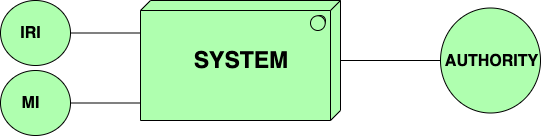
Megapiro/SafeStreets-IngSw2Project keeps this draw.io diagram as rasd/img/externalInterfaces.png. Above is the earlier version. Source tidied: cells renumbered, new cells last; positions are measured from the earlier drawing's top-left corner, leaving out a move shared by most shapes. Source of this version:
```xml
<mxGraphModel>
  <root>
    <mxCell id="0" />
    <mxCell id="1" parent="0" />
    <mxCell id="2" value="&lt;b&gt;&lt;font style=&quot;font-size: 23px&quot;&gt;SYSTEM&lt;/font&gt;&lt;/b&gt;" style="html=1;whiteSpace=wrap;fillColor=#AFFFAF;strokeColor=#000000;shape=mxgraph.archimate3.tech;techType=sysSw;" parent="1" vertex="1">
      <mxGeometry x="140" width="200" height="120" as="geometry" />
    </mxCell>
    <mxCell id="3" style="html=1;whiteSpace=wrap;fillColor=#AFFFAF;strokeColor=#000000;shape=mxgraph.archimate3.interface;labelPosition=right;verticalLabelPosition=middle;align=left;verticalAlign=middle;" parent="1" vertex="1">
      <mxGeometry x="340" y="7.5" width="200" height="105" as="geometry" />
    </mxCell>
    <mxCell id="4" style="html=1;whiteSpace=wrap;fillColor=#AFFFAF;strokeColor=#000000;shape=mxgraph.archimate3.interface;flipH=1;" parent="1" vertex="1">
      <mxGeometry width="140" height="65" as="geometry" />
    </mxCell>
    <mxCell id="5" style="html=1;whiteSpace=wrap;fillColor=#AFFFAF;strokeColor=#000000;shape=mxgraph.archimate3.interface;flipH=1;" parent="1" vertex="1">
      <mxGeometry y="70" width="140" height="65" as="geometry" />
    </mxCell>
    <mxCell id="6" value="&lt;span style=&quot;font-size: 16px&quot;&gt;&lt;b&gt;MI&lt;/b&gt;&lt;/span&gt;" style="text;html=1;strokeColor=none;fillColor=none;align=center;verticalAlign=middle;whiteSpace=wrap;rounded=0;" parent="1" vertex="1">
      <mxGeometry x="10" y="92.5" width="40" height="20" as="geometry" />
    </mxCell>
    <mxCell id="7" value="AUTHORITY" style="text;html=1;strokeColor=none;fillColor=none;align=center;verticalAlign=middle;whiteSpace=wrap;rounded=0;fontSize=16;fontStyle=1;" parent="1" vertex="1">
      <mxGeometry x="470" y="20" width="40" height="80" as="geometry" />
    </mxCell>
    <mxCell id="8" value="IRI" style="text;html=1;strokeColor=none;fillColor=none;align=center;verticalAlign=middle;whiteSpace=wrap;rounded=0;fontSize=16;fontStyle=1;" parent="1" vertex="1">
      <mxGeometry x="10" y="22.5" width="40" height="20" as="geometry" />
    </mxCell>
  </root>
</mxGraphModel>
```
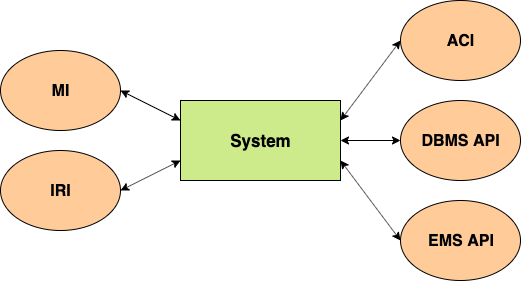
After the commit.

Diff of the diagram source:
```diff
@@ -2,26 +2,40 @@
   <root>
     <mxCell id="0" />
     <mxCell id="1" parent="0" />
-    <mxCell id="2" value="&lt;b&gt;&lt;font style=&quot;font-size: 23px&quot;&gt;SYSTEM&lt;/font&gt;&lt;/b&gt;" style="html=1;whiteSpace=wrap;fillColor=#AFFFAF;strokeColor=#000000;shape=mxgraph.archimate3.tech;techType=sysSw;" parent="1" vertex="1">
-      <mxGeometry x="140" width="200" height="120" as="geometry" />
-    </mxCell>
-    <mxCell id="3" style="html=1;whiteSpace=wrap;fillColor=#AFFFAF;strokeColor=#000000;shape=mxgraph.archimate3.interface;labelPosition=right;verticalLabelPosition=middle;align=left;verticalAlign=middle;" parent="1" vertex="1">
-      <mxGeometry x="340" y="7.5" width="200" height="105" as="geometry" />
-    </mxCell>
-    <mxCell id="4" style="html=1;whiteSpace=wrap;fillColor=#AFFFAF;strokeColor=#000000;shape=mxgraph.archimate3.interface;flipH=1;" parent="1" vertex="1">
-      <mxGeometry width="140" height="65" as="geometry" />
-    </mxCell>
-    <mxCell id="5" style="html=1;whiteSpace=wrap;fillColor=#AFFFAF;strokeColor=#000000;shape=mxgraph.archimate3.interface;flipH=1;" parent="1" vertex="1">
-      <mxGeometry y="70" width="140" height="65" as="geometry" />
-    </mxCell>
+    <mxCell id="9" value="&lt;b&gt;&lt;font style=&quot;font-size: 17px&quot;&gt;System&lt;/font&gt;&lt;/b&gt;" style="rounded=0;whiteSpace=wrap;html=1;fillColor=#CDEB8B;" parent="1" vertex="1">
+      <mxGeometry x="210" width="160" height="80" as="geometry" />
+    </mxCell>
-    <mxCell id="6" value="&lt;span style=&quot;font-size: 16px&quot;&gt;&lt;b&gt;MI&lt;/b&gt;&lt;/span&gt;" style="text;html=1;strokeColor=none;fillColor=none;align=center;verticalAlign=middle;whiteSpace=wrap;rounded=0;" parent="1" vertex="1">
-      <mxGeometry x="10" y="92.5" width="40" height="20" as="geometry" />
+    <mxCell id="6" value="&lt;b&gt;&lt;font style=&quot;font-size: 16px&quot;&gt;MI&lt;/font&gt;&lt;/b&gt;" style="ellipse;whiteSpace=wrap;html=1;fillColor=#FFCC99;" parent="1" vertex="1">
+      <mxGeometry x="30" y="-50" width="120" height="80" as="geometry" />
     </mxCell>
-    <mxCell id="7" value="AUTHORITY" style="text;html=1;strokeColor=none;fillColor=none;align=center;verticalAlign=middle;whiteSpace=wrap;rounded=0;fontSize=16;fontStyle=1;" parent="1" vertex="1">
-      <mxGeometry x="470" y="20" width="40" height="80" as="geometry" />
-    </mxCell>
-    <mxCell id="8" value="IRI" style="text;html=1;strokeColor=none;fillColor=none;align=center;verticalAlign=middle;whiteSpace=wrap;rounded=0;fontSize=16;fontStyle=1;" parent="1" vertex="1">
-      <mxGeometry x="10" y="22.5" width="40" height="20" as="geometry" />
+    <mxCell id="8" value="&lt;b&gt;&lt;font style=&quot;font-size: 16px&quot;&gt;IRI&lt;/font&gt;&lt;/b&gt;" style="ellipse;whiteSpace=wrap;html=1;fillColor=#FFCC99;" parent="1" vertex="1">
+      <mxGeometry x="30" y="50" width="120" height="80" as="geometry" />
     </mxCell>
+    <mxCell id="10" value="&lt;font style=&quot;font-size: 16px&quot;&gt;&lt;b&gt;ACI&lt;/b&gt;&lt;/font&gt;" style="ellipse;whiteSpace=wrap;html=1;fillColor=#FFCC99;" parent="1" vertex="1">
+      <mxGeometry x="430" y="-100" width="120" height="80" as="geometry" />
+    </mxCell>
+    <mxCell id="11" value="&lt;b&gt;&lt;font style=&quot;font-size: 16px&quot;&gt;DBMS API&lt;/font&gt;&lt;/b&gt;" style="ellipse;whiteSpace=wrap;html=1;fillColor=#FFCC99;" parent="1" vertex="1">
+      <mxGeometry x="430" width="120" height="80" as="geometry" />
+    </mxCell>
+    <mxCell id="12" value="&lt;b&gt;&lt;font style=&quot;font-size: 16px&quot;&gt;EMS API&lt;/font&gt;&lt;/b&gt;" style="ellipse;whiteSpace=wrap;html=1;fillColor=#FFCC99;" parent="1" vertex="1">
+      <mxGeometry x="430" y="100" width="120" height="80" as="geometry" />
+    </mxCell>
+    <mxCell id="13" style="endArrow=classic;startArrow=classic;html=1;exitX=1;exitY=0.5;exitDx=0;exitDy=0;entryX=0;entryY=0.25;entryDx=0;entryDy=0;" parent="1" edge="1" source="6" target="9">
+      <mxGeometry relative="1" as="geometry" />
+    </mxCell>
+    <mxCell id="14" style="endArrow=classic;startArrow=classic;html=1;entryX=1;entryY=0.75;entryDx=0;entryDy=0;exitX=0;exitY=0.5;exitDx=0;exitDy=0;" parent="1" edge="1" source="12" target="9">
+      <mxGeometry relative="1" as="geometry" />
+    </mxCell>
+    <mxCell id="15" style="endArrow=classic;startArrow=classic;html=1;entryX=0;entryY=0.5;entryDx=0;entryDy=0;exitX=1;exitY=0.5;exitDx=0;exitDy=0;" parent="1" edge="1" source="9" target="11">
+      <mxGeometry relative="1" as="geometry" />
+    </mxCell>
+    <mxCell id="16" style="endArrow=classic;startArrow=classic;html=1;entryX=0;entryY=0.5;entryDx=0;entryDy=0;" parent="1" edge="1" target="10">
+      <mxGeometry relative="1" as="geometry">
+        <mxPoint x="370" y="20" as="sourcePoint" />
+      </mxGeometry>
+    </mxCell>
+    <mxCell id="17" style="endArrow=classic;startArrow=classic;html=1;exitX=1;exitY=0.5;exitDx=0;exitDy=0;entryX=0;entryY=0.75;entryDx=0;entryDy=0;" parent="1" edge="1" source="8" target="9">
+      <mxGeometry relative="1" as="geometry" />
+    </mxCell>
   </root>
 </mxGraphModel>
```
